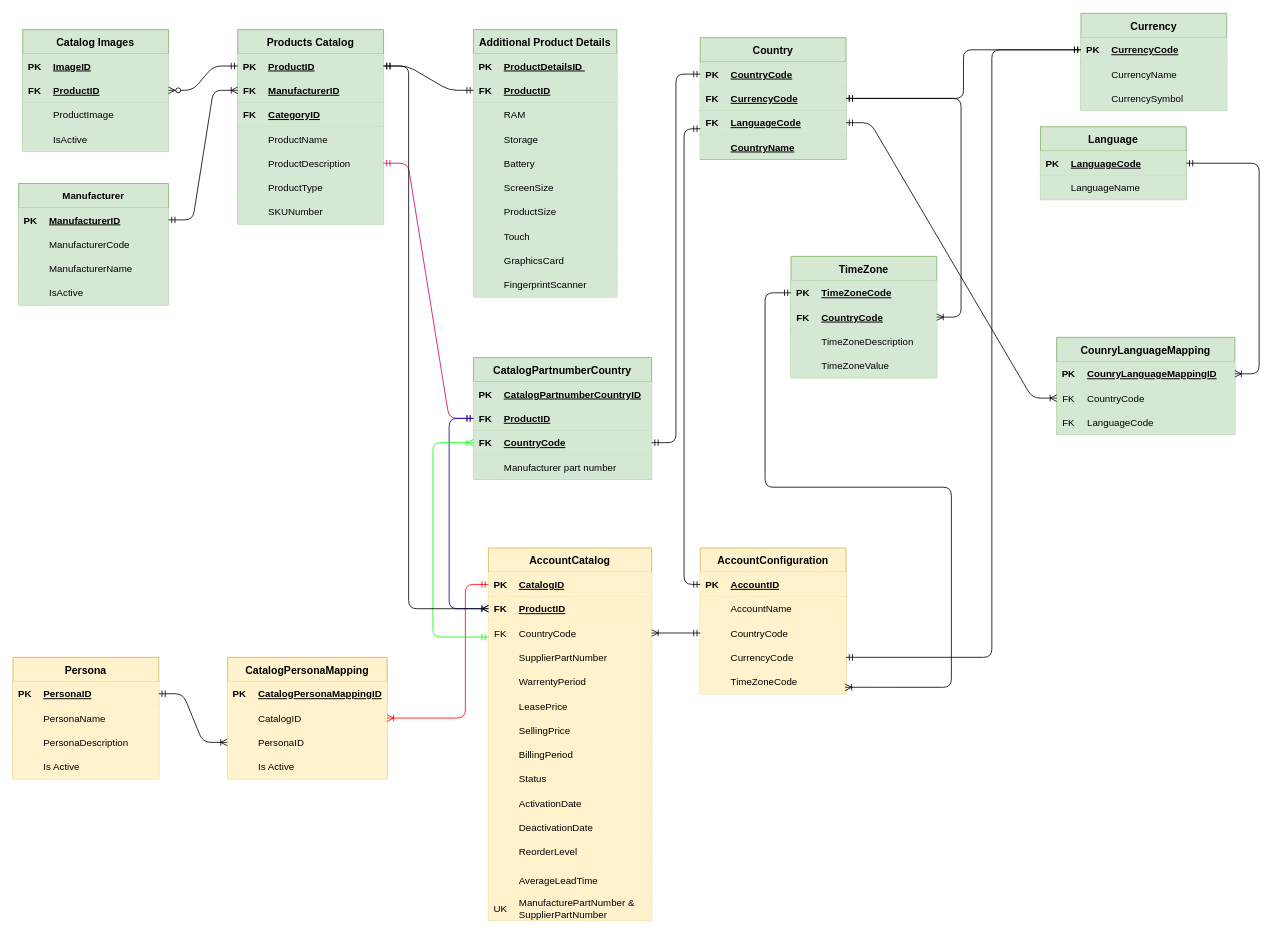
The draw.io diagram Drawings/MasterCatalogDesign.drawio in bgunupati/DrawIO, before the edit. Source tidied: cells renumbered, new cells numbered last; positions are measured from the earlier drawing's top-left corner, leaving out a move shared by most shapes. Both pictures are drawn from the tidied source at 81%, with x=0, y=0 at pixel (13, 13).
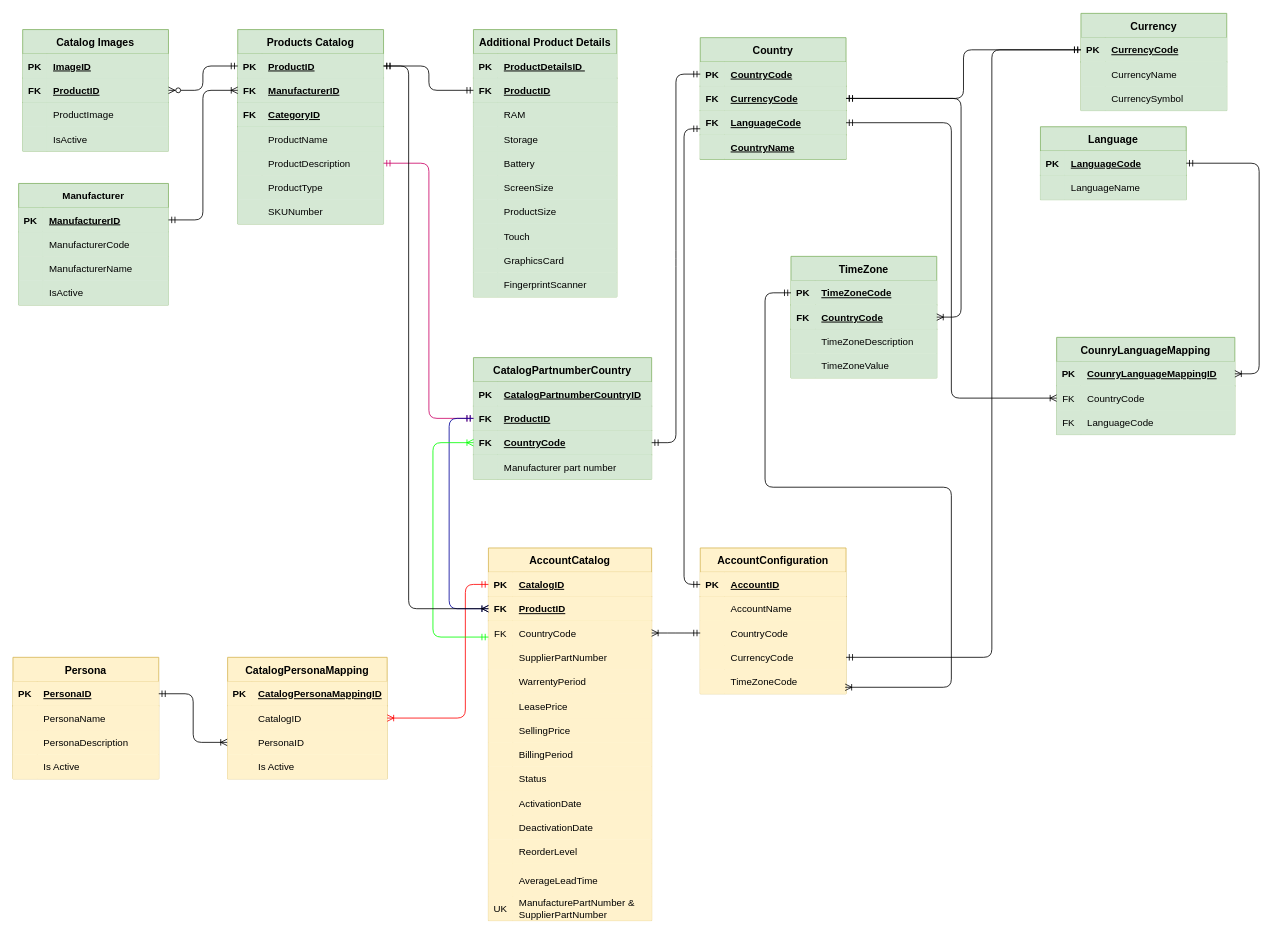
The same diagram, later.

Commit message:
Corrected the relations UI

Unchanged cells that the change refers to:
```xml
<mxCell id="3" style="shape=partialRectangle;fillColor=#d5e8d4;top=0;left=0;bottom=1;right=0;points=[[0,0.5],[1,0.5]];portConstraint=eastwest;strokeColor=#82b366;" parent="2" vertex="1">
  <mxGeometry y="30" width="180" height="30" as="geometry" />
</mxCell>
<mxCell id="6" style="shape=partialRectangle;fillColor=#d5e8d4;top=0;left=0;bottom=1;right=0;points=[[0,0.5],[1,0.5]];portConstraint=eastwest;strokeColor=#82b366;" parent="2" vertex="1">
  <mxGeometry y="60" width="180" height="30" as="geometry" />
</mxCell>
<mxCell id="15" style="shape=partialRectangle;fillColor=#d5e8d4;top=0;left=0;bottom=0;right=0;points=[[0,0.5],[1,0.5]];portConstraint=eastwest;strokeColor=#82b366;" parent="2" vertex="1">
  <mxGeometry y="150" width="180" height="30" as="geometry" />
</mxCell>
<mxCell id="28" style="shape=partialRectangle;fillColor=#d5e8d4;top=0;left=0;bottom=1;right=0;points=[[0,0.5],[1,0.5]];portConstraint=eastwest;strokeColor=#82b366;" parent="24" vertex="1">
  <mxGeometry y="60" width="180" height="30" as="geometry" />
</mxCell>
<mxCell id="38" style="shape=partialRectangle;fillColor=#d5e8d4;top=0;left=0;bottom=1;right=0;points=[[0,0.5],[1,0.5]];portConstraint=eastwest;strokeColor=#82b366;" parent="37" vertex="1">
  <mxGeometry y="30" width="185" height="30" as="geometry" />
</mxCell>
<mxCell id="54" style="shape=partialRectangle;fillColor=#d5e8d4;top=0;left=0;bottom=1;right=0;points=[[0,0.5],[1,0.5]];portConstraint=eastwest;strokeColor=#82b366;" parent="50" vertex="1">
  <mxGeometry y="60" width="177" height="30" as="geometry" />
</mxCell>
<mxCell id="89" style="shape=partialRectangle;fillColor=#d5e8d4;top=0;left=0;bottom=1;right=0;points=[[0,0.5],[1,0.5]];portConstraint=eastwest;strokeColor=#82b366;" parent="82" vertex="1">
  <mxGeometry y="90" width="180" height="30" as="geometry" />
</mxCell>
<mxCell id="118" style="shape=partialRectangle;fillColor=#d5e8d4;top=0;left=0;bottom=1;right=0;points=[[0,0.5],[1,0.5]];portConstraint=eastwest;strokeColor=#82b366;" parent="114" vertex="1">
  <mxGeometry y="60" width="220" height="30" as="geometry" />
</mxCell>
<mxCell id="173" style="shape=partialRectangle;fillColor=#fff2cc;top=0;left=0;bottom=1;right=0;points=[[0,0.5],[1,0.5]];portConstraint=eastwest;strokeColor=#d6b656;" parent="172" vertex="1">
  <mxGeometry y="30" width="180" height="30" as="geometry" />
</mxCell>
<mxCell id="206" style="shape=partialRectangle;fillColor=#d5e8d4;top=0;left=0;bottom=0;right=0;points=[[0,0.5],[1,0.5]];portConstraint=eastwest;strokeColor=#82b366;" parent="202" vertex="1">
  <mxGeometry y="60" width="220" height="30" as="geometry" />
</mxCell>
```

Change to the diagram source:
```diff
@@
-    <mxCell id="81" style="edgeStyle=entityRelationEdgeStyle;fontSize=12;html=1;endArrow=ERmandOne;startArrow=ERmandOne;entryX=0;entryY=0.5;entryDx=0;entryDy=0;exitX=1;exitY=0.5;exitDx=0;exitDy=0;fillColor=#d5e8d4;" parent="1" edge="1" source="3" target="54">
+    <mxCell id="81" style="edgeStyle=elbowEdgeStyle;fontSize=12;html=1;endArrow=ERmandOne;startArrow=ERmandOne;entryX=0;entryY=0.5;entryDx=0;entryDy=0;exitX=1;exitY=0.5;exitDx=0;exitDy=0;fillColor=#d5e8d4;" parent="1" edge="1" source="3" target="54">
       <mxGeometry relative="1" as="geometry" />
     </mxCell>
@@
-    <mxCell id="102" style="edgeStyle=entityRelationEdgeStyle;fontSize=12;html=1;endArrow=ERzeroToMany;startArrow=ERmandOne;entryX=1;entryY=0.5;entryDx=0;entryDy=0;exitX=0;exitY=0.5;exitDx=0;exitDy=0;fillColor=#d5e8d4;" parent="1" edge="1" source="3" target="28">
+    <mxCell id="102" style="edgeStyle=elbowEdgeStyle;fontSize=12;html=1;endArrow=ERzeroToMany;startArrow=ERmandOne;entryX=1;entryY=0.5;entryDx=0;entryDy=0;exitX=0;exitY=0.5;exitDx=0;exitDy=0;fillColor=#d5e8d4;" parent="1" edge="1" source="3" target="28">
       <mxGeometry relative="1" as="geometry" />
     </mxCell>
-    <mxCell id="103" style="edgeStyle=entityRelationEdgeStyle;fontSize=12;html=1;endArrow=ERoneToMany;startArrow=ERmandOne;entryX=0;entryY=0.5;entryDx=0;entryDy=0;exitX=1;exitY=0.5;exitDx=0;exitDy=0;fillColor=#d5e8d4;" parent="1" edge="1" source="38" target="6">
+    <mxCell id="103" style="edgeStyle=elbowEdgeStyle;fontSize=12;html=1;endArrow=ERoneToMany;startArrow=ERmandOne;entryX=0;entryY=0.5;entryDx=0;entryDy=0;exitX=1;exitY=0.5;exitDx=0;exitDy=0;fillColor=#d5e8d4;" parent="1" edge="1" source="38" target="6">
       <mxGeometry relative="1" as="geometry" />
     </mxCell>
@@
-    <mxCell id="127" style="edgeStyle=entityRelationEdgeStyle;fontSize=12;html=1;endArrow=ERmandOne;startArrow=ERmandOne;entryX=0;entryY=0.5;entryDx=0;entryDy=0;exitX=1;exitY=0.5;exitDx=0;exitDy=0;fillColor=#d5e8d4;strokeColor=#CC0066;" parent="1" edge="1" source="15" target="118">
+    <mxCell id="127" style="edgeStyle=elbowEdgeStyle;fontSize=12;html=1;endArrow=ERmandOne;startArrow=ERmandOne;entryX=0;entryY=0.5;entryDx=0;entryDy=0;exitX=1;exitY=0.5;exitDx=0;exitDy=0;fillColor=#d5e8d4;strokeColor=#CC0066;" parent="1" edge="1" source="15" target="118">
       <mxGeometry relative="1" as="geometry" />
     </mxCell>
@@
-    <mxCell id="199" style="edgeStyle=entityRelationEdgeStyle;fontSize=12;html=1;endArrow=ERoneToMany;startArrow=ERmandOne;exitX=1;exitY=0.5;exitDx=0;exitDy=0;fillColor=#fff2cc;" parent="1" edge="1" source="173">
+    <mxCell id="199" style="edgeStyle=elbowEdgeStyle;fontSize=12;html=1;endArrow=ERoneToMany;startArrow=ERmandOne;exitX=1;exitY=0.5;exitDx=0;exitDy=0;fillColor=#fff2cc;" parent="1" edge="1" source="173">
       <mxGeometry relative="1" as="geometry">
         <mxPoint x="264" y="900" as="targetPoint" />
       </mxGeometry>
     </mxCell>
@@
-    <mxCell id="212" style="edgeStyle=entityRelationEdgeStyle;fontSize=12;html=1;endArrow=ERoneToMany;startArrow=ERmandOne;strokeColor=#000000;entryX=0;entryY=0.5;entryDx=0;entryDy=0;exitX=1;exitY=0.5;exitDx=0;exitDy=0;" parent="1" edge="1" source="89" target="206">
+    <mxCell id="212" style="edgeStyle=elbowEdgeStyle;fontSize=12;html=1;endArrow=ERoneToMany;startArrow=ERmandOne;strokeColor=#000000;entryX=0;entryY=0.5;entryDx=0;entryDy=0;exitX=1;exitY=0.5;exitDx=0;exitDy=0;" parent="1" edge="1" source="89" target="206">
       <mxGeometry relative="1" as="geometry" />
     </mxCell>
```
